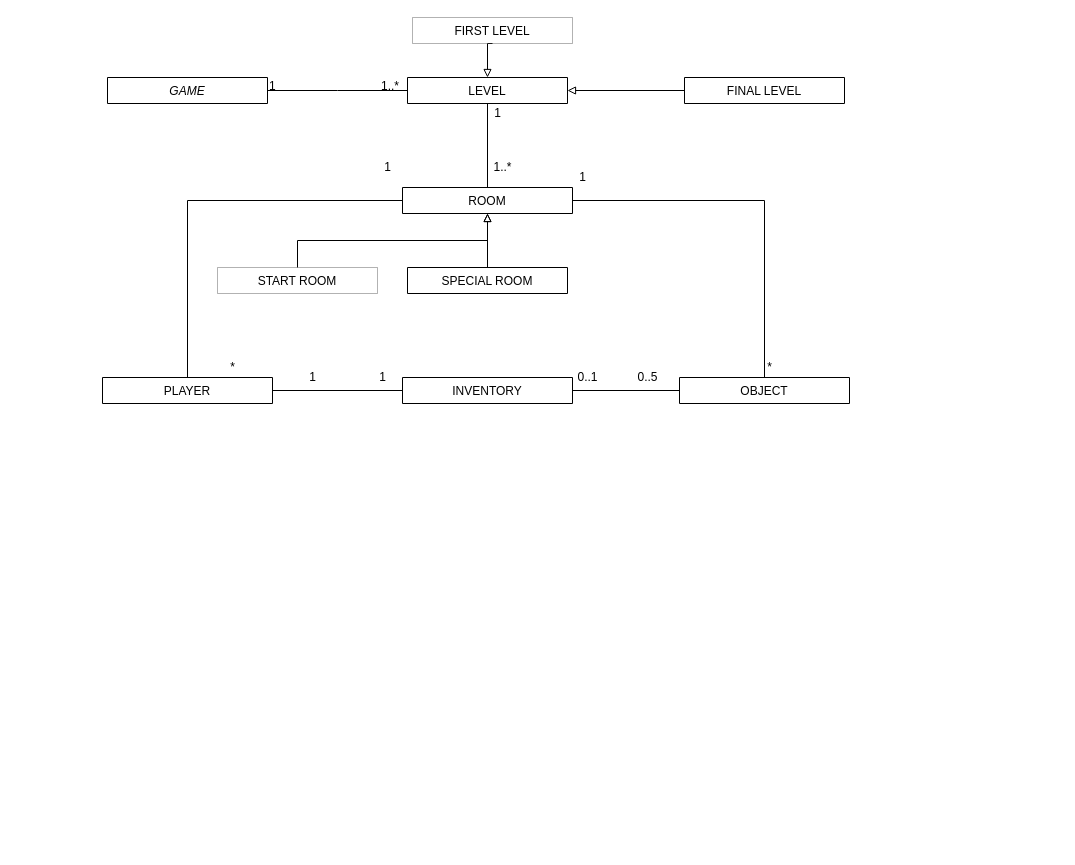
rudfor/MUD keeps this draw.io diagram as MUD.drawio. Above is the earlier version. Source tidied: cells renumbered, new cells numbered last; positions are measured from the earlier drawing's top-left corner, leaving out a move shared by most shapes. Both pictures are drawn from the tidied source at 100%, with x=0, y=0 at pixel (102, 17).
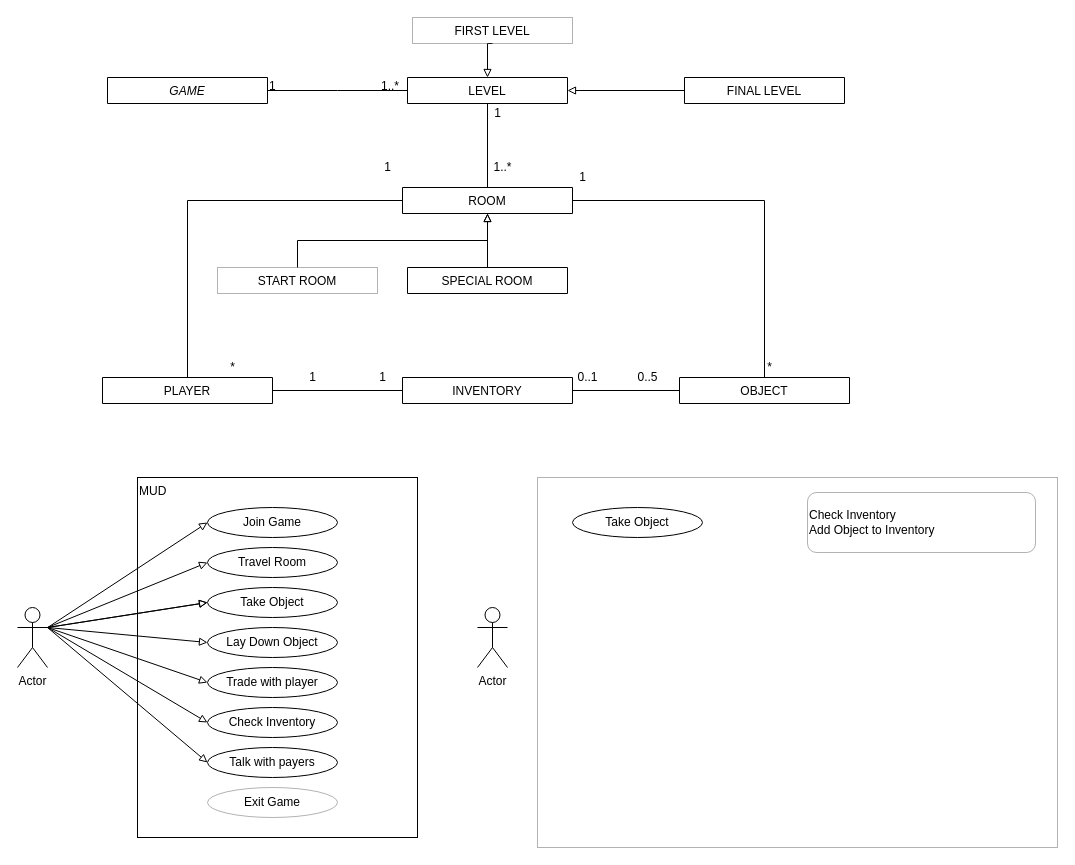
The same page after the edit.

What changed in the source:
```diff
@@
+    <mxCell id="35" style="rounded=0;whiteSpace=wrap;html=1;opacity=30;" parent="1" vertex="1">
+      <mxGeometry x="435" y="460" width="520" height="370" as="geometry" />
+    </mxCell>
+    <mxCell id="36" value="MUD" style="rounded=0;whiteSpace=wrap;html=1;align=left;verticalAlign=top;" parent="1" vertex="1">
+      <mxGeometry x="35" y="460" width="280" height="360" as="geometry" />
+    </mxCell>
@@
+    <mxCell id="37" style="edgeStyle=none;rounded=0;jettySize=auto;html=1;exitX=1;exitY=0.3333333333333333;exitDx=0;exitDy=0;exitPerimeter=0;entryX=0;entryY=0.5;entryDx=0;entryDy=0;startArrow=none;startFill=0;endArrow=block;endFill=0;" parent="1" edge="1" source="44" target="50">
+      <mxGeometry relative="1" as="geometry" />
+    </mxCell>
+    <mxCell id="38" style="edgeStyle=none;rounded=0;jettySize=auto;html=1;exitX=1;exitY=0.3333333333333333;exitDx=0;exitDy=0;exitPerimeter=0;entryX=0;entryY=0.5;entryDx=0;entryDy=0;startArrow=none;startFill=0;endArrow=block;endFill=0;" parent="1" edge="1" source="44" target="46">
+      <mxGeometry relative="1" as="geometry" />
+    </mxCell>
+    <mxCell id="39" style="edgeStyle=none;rounded=0;jettySize=auto;html=1;exitX=1;exitY=0.3333333333333333;exitDx=0;exitDy=0;exitPerimeter=0;entryX=0;entryY=0.5;entryDx=0;entryDy=0;startArrow=none;startFill=0;endArrow=block;endFill=0;" parent="1" edge="1" source="44" target="46">
+      <mxGeometry relative="1" as="geometry" />
+    </mxCell>
+    <mxCell id="40" style="edgeStyle=none;rounded=0;jettySize=auto;html=1;exitX=1;exitY=0.3333333333333333;exitDx=0;exitDy=0;exitPerimeter=0;entryX=0;entryY=0.5;entryDx=0;entryDy=0;startArrow=none;startFill=0;endArrow=block;endFill=0;" parent="1" edge="1" source="44" target="47">
+      <mxGeometry relative="1" as="geometry" />
+    </mxCell>
+    <mxCell id="41" style="edgeStyle=none;rounded=0;jettySize=auto;html=1;exitX=1;exitY=0.3333333333333333;exitDx=0;exitDy=0;exitPerimeter=0;entryX=0;entryY=0.5;entryDx=0;entryDy=0;startArrow=none;startFill=0;endArrow=block;endFill=0;" parent="1" edge="1" source="44" target="51">
+      <mxGeometry relative="1" as="geometry" />
+    </mxCell>
+    <mxCell id="42" style="edgeStyle=none;rounded=0;jettySize=auto;html=1;exitX=1;exitY=0.3333333333333333;exitDx=0;exitDy=0;exitPerimeter=0;entryX=0;entryY=0.5;entryDx=0;entryDy=0;startArrow=none;startFill=0;endArrow=block;endFill=0;" parent="1" edge="1" source="44" target="52">
+      <mxGeometry relative="1" as="geometry" />
+    </mxCell>
+    <mxCell id="43" style="edgeStyle=none;rounded=0;jettySize=auto;html=1;exitX=1;exitY=0.3333333333333333;exitDx=0;exitDy=0;exitPerimeter=0;entryX=0;entryY=0.5;entryDx=0;entryDy=0;startArrow=none;startFill=0;endArrow=block;endFill=0;" parent="1" edge="1" source="44" target="53">
+      <mxGeometry relative="1" as="geometry" />
+    </mxCell>
+    <mxCell id="44" value="Actor" style="shape=umlActor;verticalLabelPosition=bottom;verticalAlign=top;html=1;outlineConnect=0;" parent="1" vertex="1">
+      <mxGeometry x="-85" y="590" width="30" height="60" as="geometry" />
+    </mxCell>
+    <mxCell id="45" value="Join Game" style="ellipse;whiteSpace=wrap;html=1;" parent="1" vertex="1">
+      <mxGeometry x="105" y="490" width="130" height="30" as="geometry" />
+    </mxCell>
+    <mxCell id="46" value="Take Object" style="ellipse;whiteSpace=wrap;html=1;" parent="1" vertex="1">
+      <mxGeometry x="105" y="570" width="130" height="30" as="geometry" />
+    </mxCell>
+    <mxCell id="47" value="Lay Down Object" style="ellipse;whiteSpace=wrap;html=1;" parent="1" vertex="1">
+      <mxGeometry x="105" y="610" width="130" height="30" as="geometry" />
+    </mxCell>
+    <mxCell id="48" value="Actor" style="shape=umlActor;verticalLabelPosition=bottom;verticalAlign=top;html=1;" parent="1" vertex="1">
+      <mxGeometry x="375" y="590" width="30" height="60" as="geometry" />
+    </mxCell>
+    <mxCell id="49" style="rounded=0;jettySize=auto;html=1;startArrow=none;startFill=0;endArrow=block;endFill=0;entryX=0;entryY=0.5;entryDx=0;entryDy=0;" parent="1" edge="1" source="44" target="45">
+      <mxGeometry relative="1" as="geometry" />
+    </mxCell>
+    <mxCell id="50" value="Travel Room" style="ellipse;whiteSpace=wrap;html=1;" parent="1" vertex="1">
+      <mxGeometry x="105" y="530" width="130" height="30" as="geometry" />
+    </mxCell>
+    <mxCell id="51" value="Trade with player" style="ellipse;whiteSpace=wrap;html=1;" parent="1" vertex="1">
+      <mxGeometry x="105" y="650" width="130" height="30" as="geometry" />
+    </mxCell>
+    <mxCell id="52" value="Check Inventory" style="ellipse;whiteSpace=wrap;html=1;" parent="1" vertex="1">
+      <mxGeometry x="105" y="690" width="130" height="30" as="geometry" />
+    </mxCell>
+    <mxCell id="53" value="Talk with payers" style="ellipse;whiteSpace=wrap;html=1;" parent="1" vertex="1">
+      <mxGeometry x="105" y="730" width="130" height="30" as="geometry" />
+    </mxCell>
+    <mxCell id="54" value="Exit Game" style="ellipse;whiteSpace=wrap;html=1;opacity=30;" parent="1" vertex="1">
+      <mxGeometry x="105" y="770" width="130" height="30" as="geometry" />
+    </mxCell>
+    <mxCell id="55" value="Take Object" style="ellipse;whiteSpace=wrap;html=1;" parent="1" vertex="1">
+      <mxGeometry x="470" y="490" width="130" height="30" as="geometry" />
+    </mxCell>
+    <mxCell id="56" value="Check Inventory&lt;br&gt;Add Object to Inventory&lt;br&gt;" style="rounded=1;whiteSpace=wrap;html=1;opacity=30;align=left;" parent="1" vertex="1">
+      <mxGeometry x="705" y="475" width="228" height="60" as="geometry" />
+    </mxCell>
```
